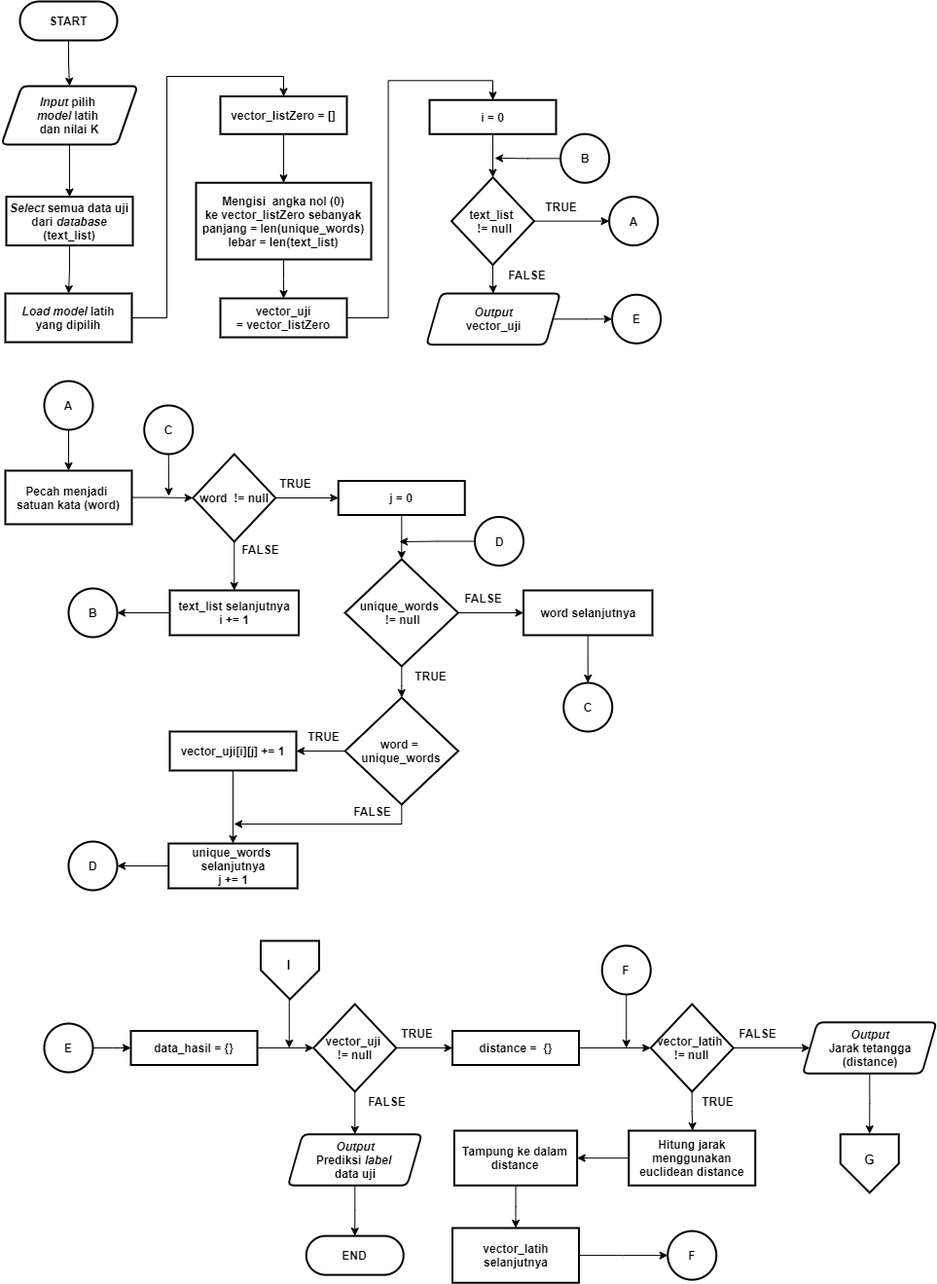
muspriandi/TextMining-SentimentAnalysis keeps this draw.io diagram as Dokumen TA/Paper/Flowchart/P12. Flowchart proses klaisifikasi-pisah-1.png. Above is the earlier version. Source tidied: cells renumbered, new cells last; positions are measured from the earlier drawing's top-left corner, leaving out a move shared by most shapes.
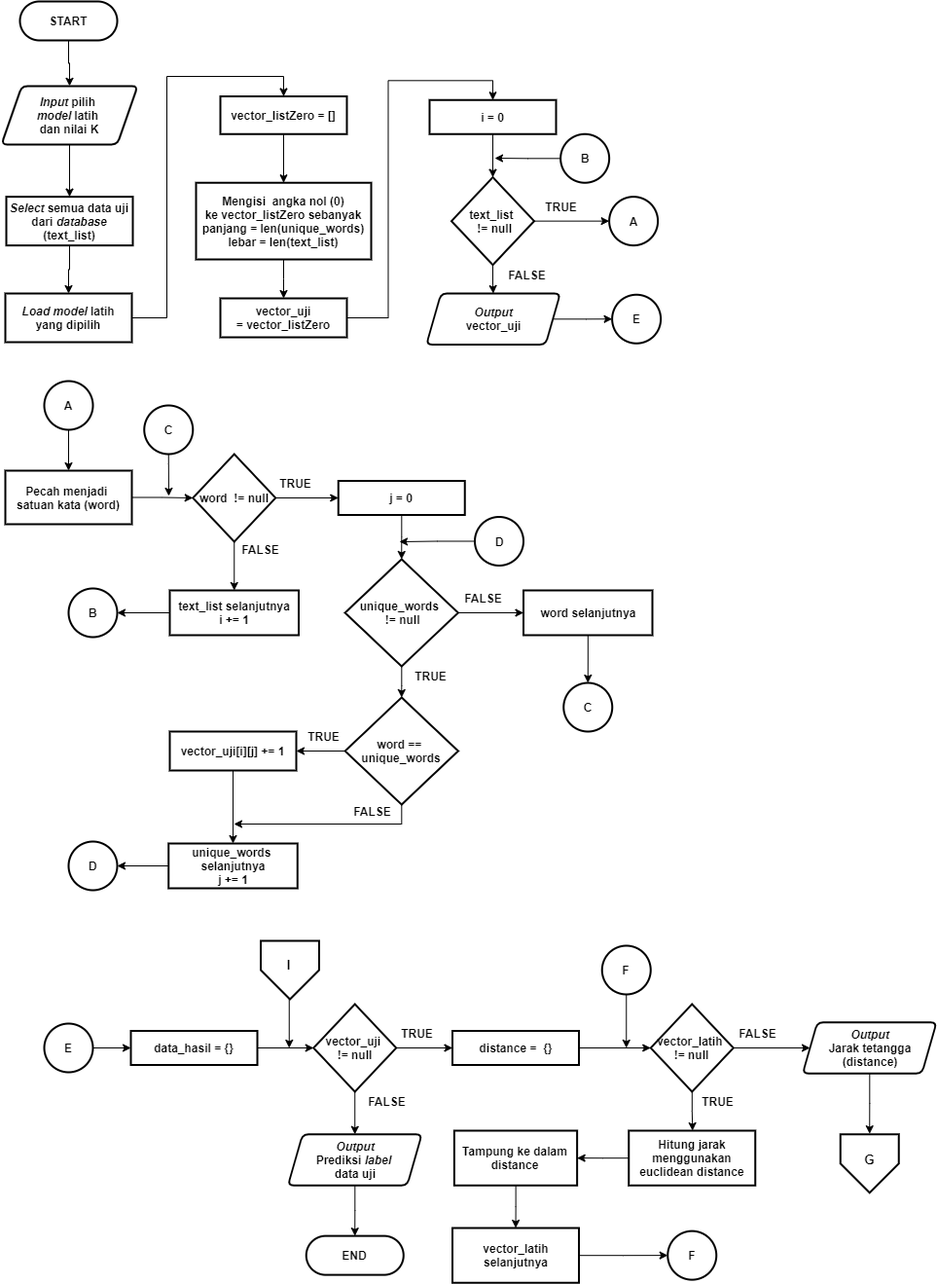
After the commit.

The edit, as a diff of the source:
```diff
@@ -86,7 +86,7 @@
         </Array>
       </mxGeometry>
     </mxCell>
-    <mxCell id="26" value="word =&amp;nbsp;&lt;br&gt;&lt;b&gt;unique_words&lt;/b&gt;" style="strokeWidth=2;html=1;shape=mxgraph.flowchart.decision;whiteSpace=wrap;fontStyle=1;" parent="1" vertex="1">
+    <mxCell id="26" value="word ==&amp;nbsp;&lt;br&gt;&lt;b&gt;unique_words&lt;/b&gt;" style="strokeWidth=2;html=1;shape=mxgraph.flowchart.decision;whiteSpace=wrap;fontStyle=1;" parent="1" vertex="1">
       <mxGeometry x="353.1" y="715" width="116.2" height="110" as="geometry" />
     </mxCell>
     <mxCell id="27" style="edgeStyle=orthogonalEdgeStyle;rounded=0;jettySize=auto;html=1;entryX=0.5;entryY=0;entryDx=0;entryDy=0;" parent="1" edge="1" source="28" target="56">
```
